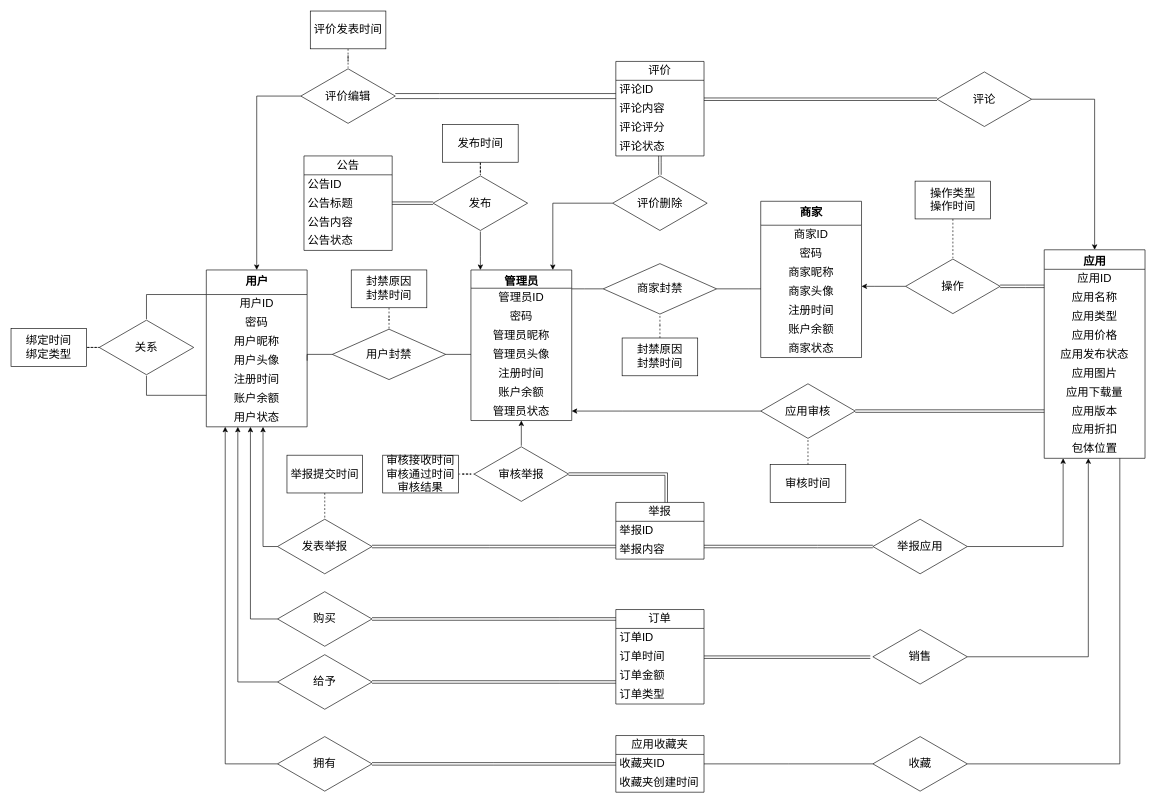
Before: frontend/AppHarbor/总ER图.drawio in PikaChu231121/DB-AppHarbor, a draw.io diagram. Source tidied: cells renumbered, new cells numbered last; positions are measured from the earlier drawing's top-left corner, leaving out a move shared by most shapes. Both pictures are drawn from the tidied source at 63%, with x=0, y=0 at pixel (11, 11).
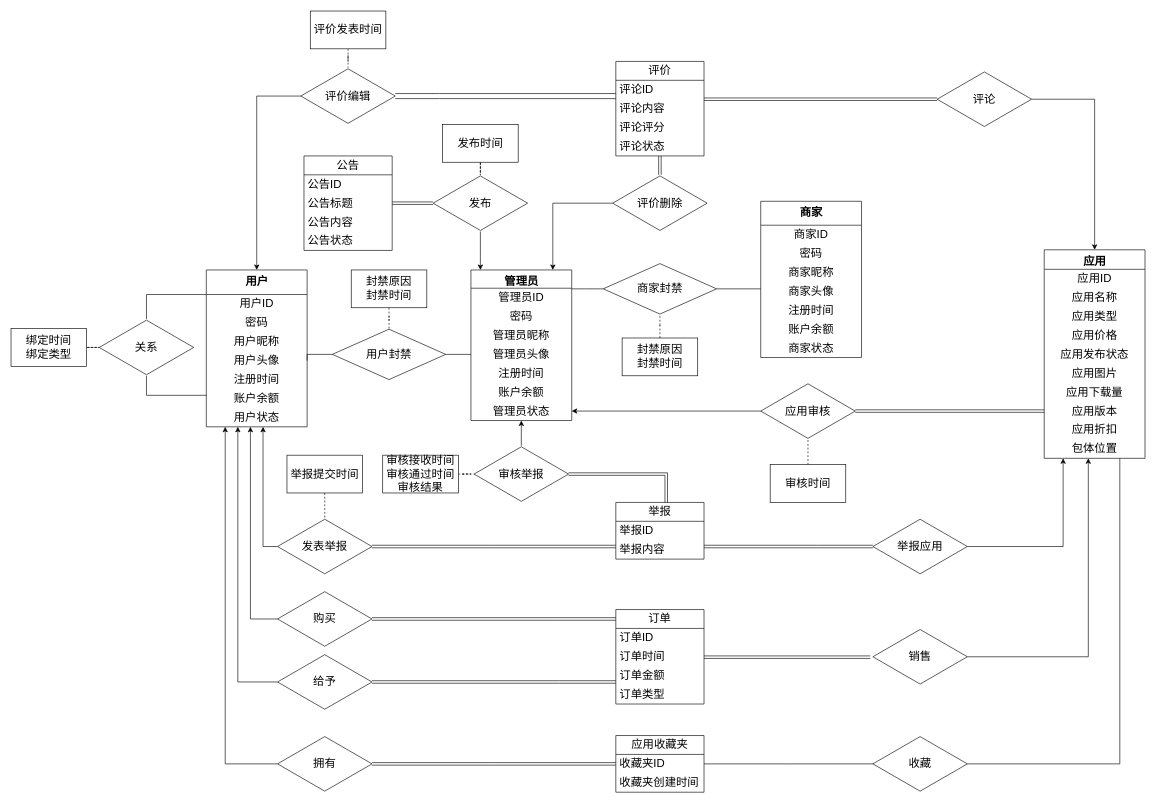
The same page after the edit.

Unchanged cells that the change refers to:
```xml
<mxCell id="15" value="应用" style="swimlane;html=1;fontStyle=1;align=center;verticalAlign=top;horizontal=1;startSize=31;swimlaneFillColor=#ffffff;rounded=0;shadow=0;comic=0;labelBackgroundColor=none;strokeWidth=1;fillColor=none;fontFamily=Verdana;fontSize=18;" parent="1" vertex="1">
  <mxGeometry x="1640" y="379" width="160" height="331" as="geometry" />
</mxCell>
<mxCell id="105" value="商家" style="swimlane;html=1;fontStyle=1;align=center;verticalAlign=top;horizontal=1;startSize=38;swimlaneFillColor=#ffffff;rounded=0;shadow=0;comic=0;labelBackgroundColor=none;strokeWidth=1;fillColor=none;fontFamily=Verdana;fontSize=18;" parent="1" vertex="1">
  <mxGeometry x="1190" y="302" width="160" height="248" as="geometry" />
</mxCell>
```

What changed in the source:
```diff
@@
-    <mxCell id="113" style="edgeStyle=orthogonalEdgeStyle;rounded=0;jettySize=auto;html=1;strokeColor=default;align=center;verticalAlign=middle;fontFamily=Helvetica;fontSize=18;fontColor=default;labelBackgroundColor=default;endArrow=classic;shape=link;" parent="1" edge="1" source="15" target="115">
-      <mxGeometry relative="1" as="geometry">
-        <Array as="points">
-          <mxPoint x="1610" y="437" />
-          <mxPoint x="1610" y="437" />
-        </Array>
-      </mxGeometry>
-    </mxCell>
-    <mxCell id="114" style="group;fontSize=18;" parent="1" vertex="1">
-      <mxGeometry x="1420" y="302" width="150" height="180" as="geometry" />
-    </mxCell>
-    <mxCell id="115" value="操作" style="html=1;whiteSpace=wrap;shape=isoRectangle;fontSize=18;" parent="114" vertex="1">
-      <mxGeometry y="90" width="150" height="90" as="geometry" />
-    </mxCell>
-    <mxCell id="116" style="edgeStyle=orthogonalEdgeStyle;rounded=0;jettySize=auto;html=1;strokeColor=default;align=center;verticalAlign=middle;fontFamily=Helvetica;fontSize=18;fontColor=default;labelBackgroundColor=default;endArrow=classic;" parent="1" edge="1" source="115" target="105">
-      <mxGeometry relative="1" as="geometry">
-        <Array as="points">
-          <mxPoint x="1370" y="437" />
-          <mxPoint x="1370" y="437" />
-        </Array>
-      </mxGeometry>
-    </mxCell>
-    <mxCell id="117" style="edgeStyle=orthogonalEdgeStyle;rounded=0;jettySize=auto;html=1;dashed=1;endArrow=none;fontSize=18;" parent="1" edge="1" source="118" target="115">
-      <mxGeometry relative="1" as="geometry" />
-    </mxCell>
-    <mxCell id="118" value="操作类型&lt;div style=&quot;font-size: 18px;&quot;&gt;操作时间&lt;/div&gt;" style="rounded=0;whiteSpace=wrap;html=1;fontSize=18;" parent="1" vertex="1">
-      <mxGeometry x="1435" y="270" width="120" height="60" as="geometry" />
-    </mxCell>
```
